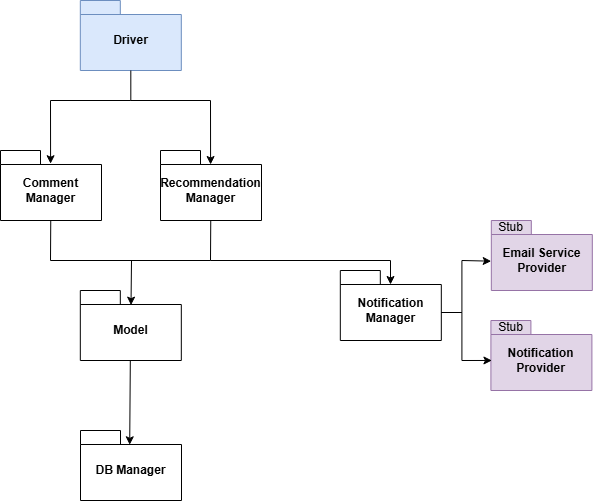
Before: DD_figures/ImplementationDiagrams/ThirdStep.png, a diagram exported from draw.io (alesalv0/RattiSalvatoreYalcin). Source tidied: cells renumbered, new cells last; positions are measured from the earlier drawing's top-left corner, leaving out a move shared by most shapes.
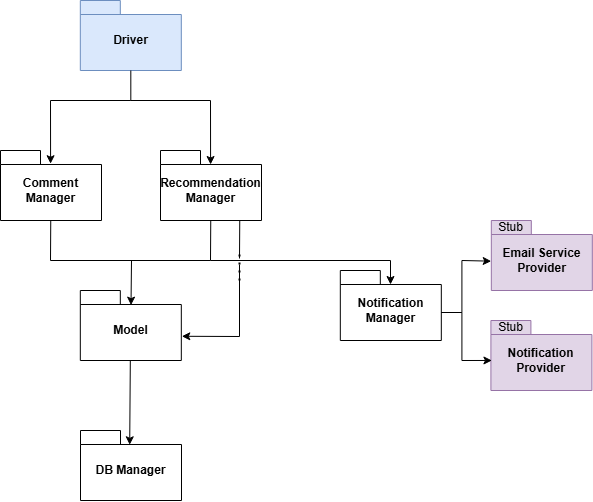
The same file after the commit.

What changed in the source:
```diff
@@ -114,5 +114,25 @@
         <mxPoint x="131" y="260" as="sourcePoint" />
       </mxGeometry>
     </mxCell>
+    <mxCell id="24" style="endArrow=none;html=1;rounded=0;entryX=0.5;entryY=1;entryDx=0;entryDy=0;entryPerimeter=0;" parent="1" edge="1">
+      <mxGeometry relative="1" as="geometry">
+        <mxPoint x="239" y="258" as="sourcePoint" />
+        <mxPoint x="239.2" y="220" as="targetPoint" />
+      </mxGeometry>
+    </mxCell>
+    <mxCell id="25" style="endArrow=none;dashed=1;html=1;dashPattern=1 3;strokeWidth=2;rounded=0;" parent="1" edge="1">
+      <mxGeometry relative="1" as="geometry">
+        <mxPoint x="239" y="280" as="sourcePoint" />
+        <mxPoint x="239" y="254" as="targetPoint" />
+      </mxGeometry>
+    </mxCell>
+    <mxCell id="26" style="endArrow=classic;html=1;rounded=0;entryX=1.005;entryY=0.654;entryDx=0;entryDy=0;entryPerimeter=0;" parent="1" edge="1" target="4">
+      <mxGeometry relative="1" as="geometry">
+        <mxPoint x="239" y="264" as="sourcePoint" />
+        <Array as="points">
+          <mxPoint x="239" y="336" />
+        </Array>
+      </mxGeometry>
+    </mxCell>
   </root>
 </mxGraphModel>
```
